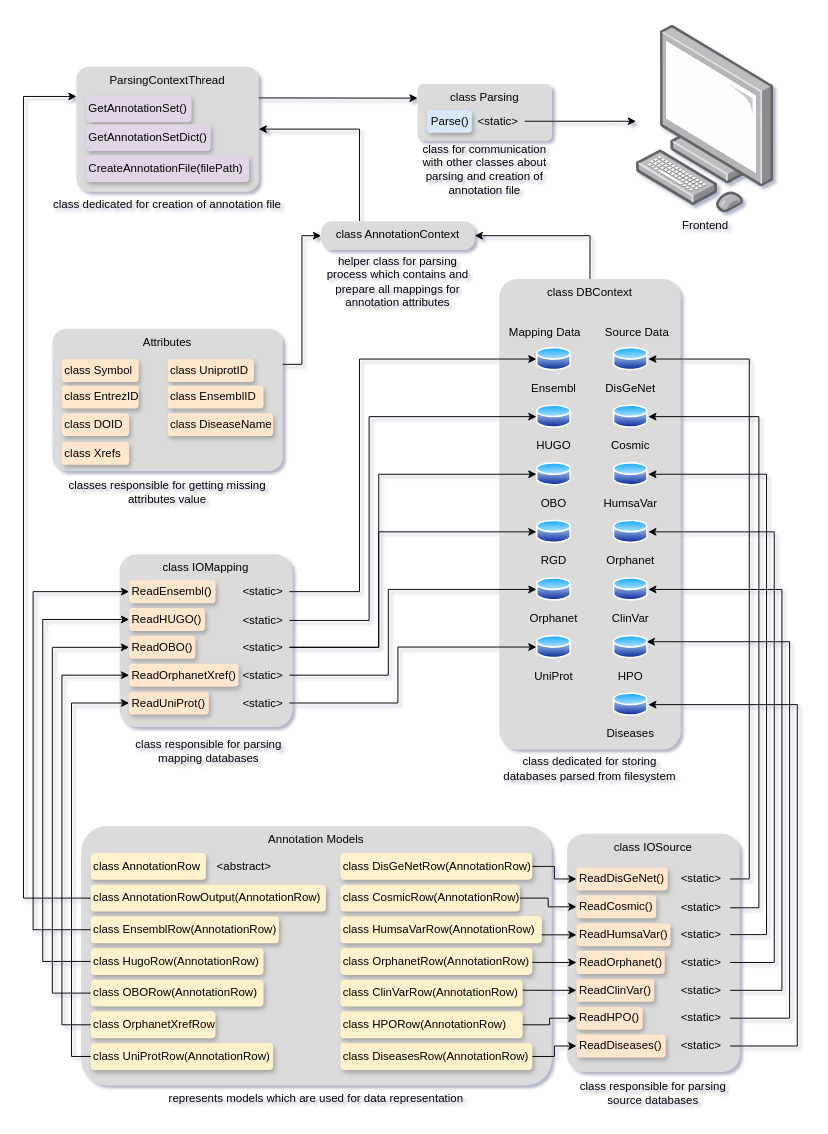
Earlier version of the draw.io diagram GDA_Diagram.drawio (lukamilosevic11/GDA). Source tidied: cells renumbered, new cells numbered last; positions are measured from the earlier drawing's top-left corner, leaving out a move shared by most shapes. Both pictures are drawn from the tidied source at 96%, with x=0, y=0 at pixel (23, 25).
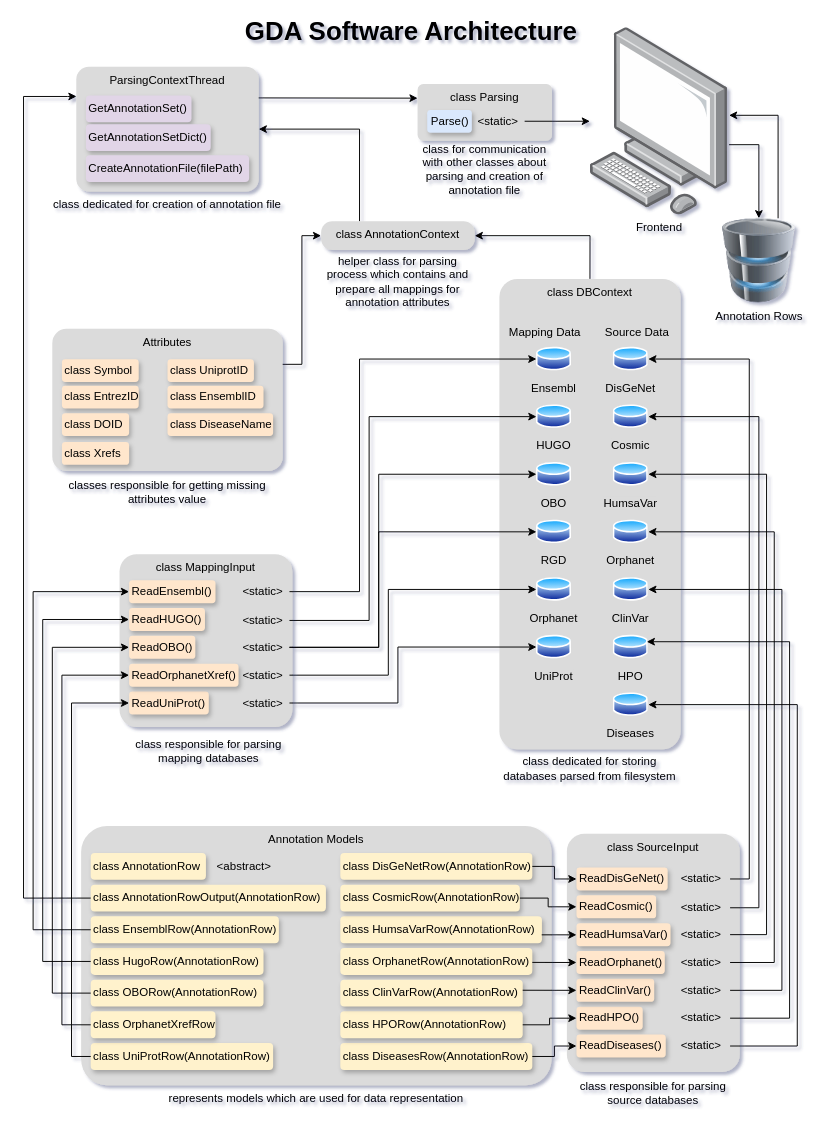
The same page after the edit.

Commit message (it also covers changes not shown here):
Changed name for input classes Added diagram for App Architecture with exported pdf architecture

Unchanged cells that the change refers to:
```xml
<mxCell id="31" style="group;" parent="1" vertex="1">
  <mxGeometry x="566" y="842.1" width="180" height="281.7" as="geometry" />
</mxCell>
<mxCell id="76" style="group;" parent="1" vertex="1">
  <mxGeometry x="100" y="550.8" width="182.5" height="216.9" as="geometry" />
</mxCell>
```

The edit, as a diff of the source:
```diff
@@
+    <mxCell id="126" style="edgeStyle=orthogonalEdgeStyle;rounded=0;jettySize=auto;html=1;exitX=0.75;exitY=0;exitDx=0;exitDy=0;entryX=1.007;entryY=0.468;entryDx=0;entryDy=0;entryPerimeter=0;" parent="1" edge="1" source="127" target="89">
+      <mxGeometry relative="1" as="geometry" />
+    </mxCell>
+    <mxCell id="127" value="Annotation Rows" style="image;html=1;image=img/lib/clip_art/computers/Database_128x128.png;labelBackgroundColor=none;" parent="1" vertex="1">
+      <mxGeometry x="726" y="200.9" width="80" height="88" as="geometry" />
+    </mxCell>
@@
-    <mxCell id="33" value="class IOSource" style="rounded=1;arcSize=10;strokeColor=none;fillColor=#DBDBDB;gradientColor=none;sketch=0;fontColor=#000000;verticalAlign=top;" parent="31" vertex="1">
+    <mxCell id="33" value="class SourceInput" style="rounded=1;arcSize=10;strokeColor=none;fillColor=#DBDBDB;gradientColor=none;sketch=0;fontColor=#000000;verticalAlign=top;" parent="31" vertex="1">
       <mxGeometry width="180" height="248" as="geometry" />
     </mxCell>
@@
-    <mxCell id="78" value="class IOMapping" style="rounded=1;arcSize=10;strokeColor=none;fillColor=#DBDBDB;gradientColor=none;sketch=0;fontColor=#000000;verticalAlign=top;" parent="76" vertex="1">
+    <mxCell id="78" value="class MappingInput" style="rounded=1;arcSize=10;strokeColor=none;fillColor=#DBDBDB;gradientColor=none;sketch=0;fontColor=#000000;verticalAlign=top;" parent="76" vertex="1">
       <mxGeometry width="180" height="180" as="geometry" />
     </mxCell>
@@
+    <mxCell id="128" style="edgeStyle=orthogonalEdgeStyle;rounded=0;jettySize=auto;html=1;exitX=1.007;exitY=0.625;exitDx=0;exitDy=0;exitPerimeter=0;entryX=0.5;entryY=0;entryDx=0;entryDy=0;" parent="1" edge="1" source="89" target="127">
+      <mxGeometry relative="1" as="geometry">
+        <Array as="points">
+          <mxPoint x="766" y="124" />
+        </Array>
+      </mxGeometry>
+    </mxCell>
     <mxCell id="89" value="Frontend" style="points=[];html=1;align=center;shadow=0;dashed=0;image;image=img/lib/allied_telesis/computer_and_terminals/Personal_Computer.svg;labelBackgroundColor=none;labelBorderColor=none;sketch=0;fillStyle=auto;fontColor=#000000;strokeColor=#000000;fillColor=#2F5B7C;" parent="1" vertex="1">
-      <mxGeometry x="638" width="143.9" height="195.1" as="geometry" />
+      <mxGeometry x="590" y="2.3" width="143.9" height="195.1" as="geometry" />
     </mxCell>
@@
+    <mxCell id="129" value="&lt;b&gt;&lt;font style=&quot;font-size: 27px;&quot;&gt;GDA Software Architecture&lt;/font&gt;&lt;/b&gt;" style="text;html=1;align=center;verticalAlign=middle;whiteSpace=wrap;rounded=0;labelBackgroundColor=none;shadow=0;" parent="1" vertex="1">
+      <mxGeometry x="208" y="-8" width="392" height="30" as="geometry" />
+    </mxCell>
```
